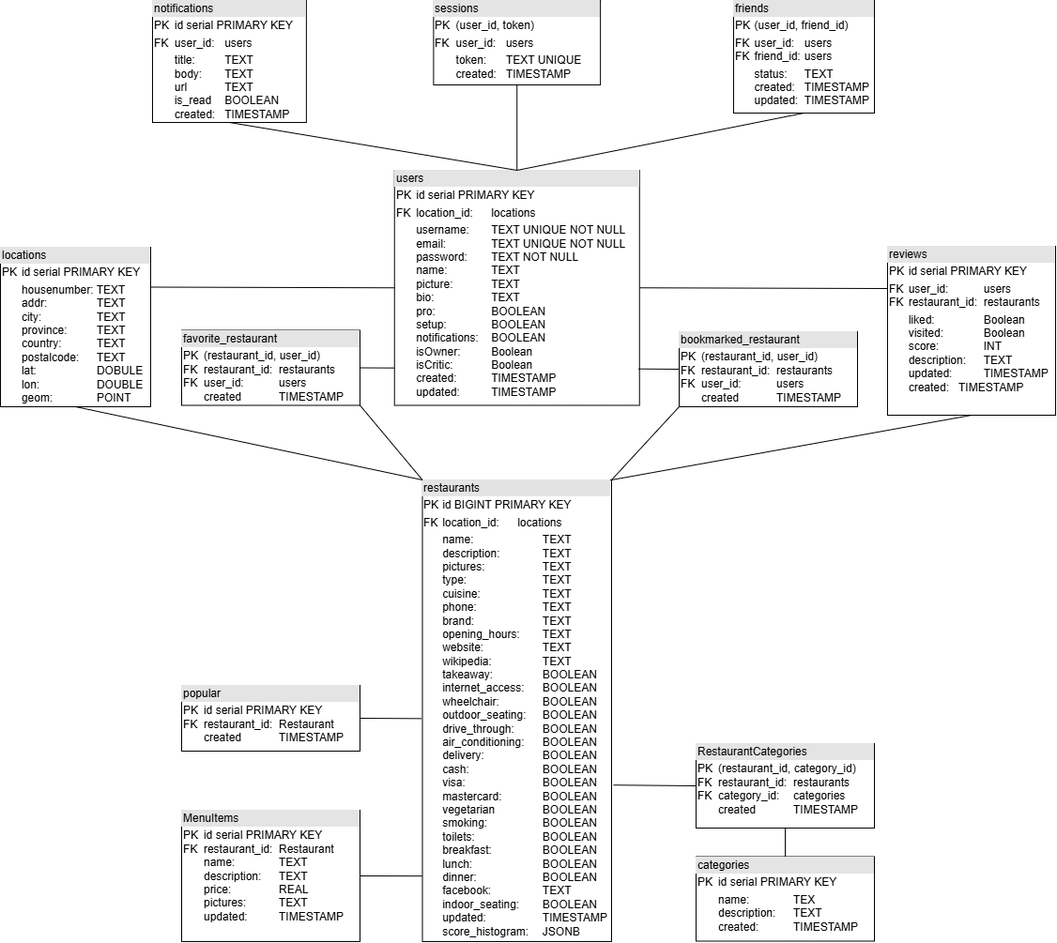
Above: backend/database/DATABASE-UML.png in Nicholas-Parise/Restaurant-Rating (draw.io), before the change. Source tidied: cells renumbered, new cells last; positions are measured from the earlier drawing's top-left corner, leaving out a move shared by most shapes.
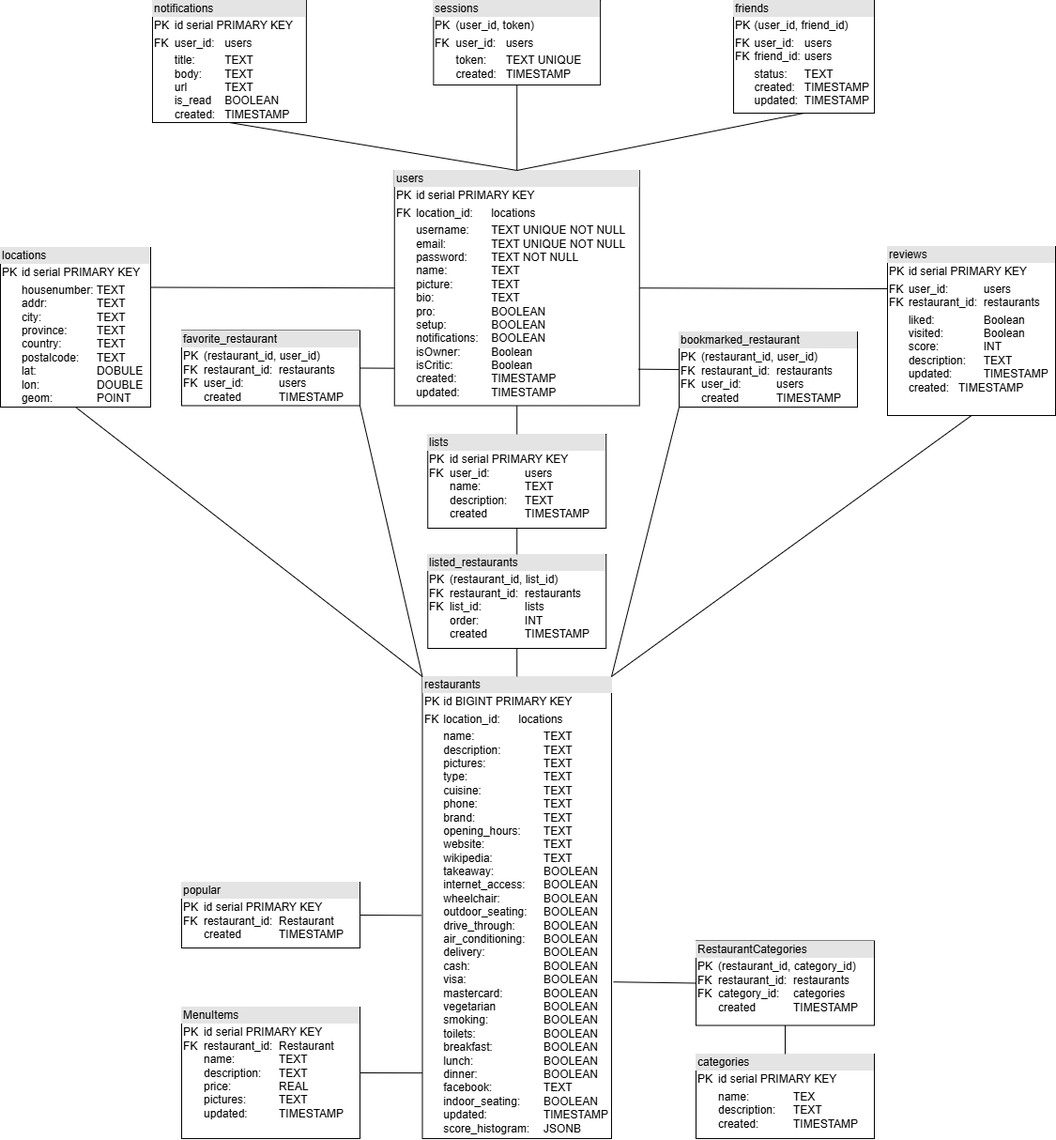
After the commit.

Commit message:
added route for lists

The edit, as a diff of the source:
```diff
@@ -6,7 +6,7 @@
       <mxGeometry x="419.8" y="181" width="261" height="250.5" as="geometry" />
     </mxCell>
     <mxCell id="3" value="&lt;div style=&quot;box-sizing: border-box; width: 100%; background: rgb(228, 228, 228); padding: 2px;&quot;&gt;restaurants&lt;/div&gt;&lt;table style=&quot;width:100%;font-size:1em;&quot; cellpadding=&quot;2&quot; cellspacing=&quot;0&quot;&gt;&lt;tbody&gt;&lt;tr&gt;&lt;td&gt;PK&lt;/td&gt;&lt;td&gt;id BIGINT PRIMARY KEY&lt;/td&gt;&lt;/tr&gt;&lt;tr&gt;&lt;td&gt;FK&lt;br&gt;&lt;/td&gt;&lt;td&gt;location_id:&lt;span style=&quot;white-space: pre;&quot;&gt;&#9;&lt;/span&gt;locations&lt;br&gt;&lt;/td&gt;&lt;/tr&gt;&lt;tr&gt;&lt;td&gt;&lt;br&gt;&lt;/td&gt;&lt;td&gt;name:&lt;span style=&quot;white-space: pre;&quot;&gt;&#9;&lt;span style=&quot;white-space: pre;&quot;&gt;&#9;&lt;span style=&quot;white-space: pre;&quot;&gt;&#9;&lt;/span&gt;&lt;/span&gt;&lt;/span&gt;TEXT&lt;br&gt;description:&lt;span style=&quot;white-space: pre;&quot;&gt;&#9;&lt;span style=&quot;white-space: pre;&quot;&gt;&#9;&lt;/span&gt;&lt;/span&gt;TEXT&lt;br&gt;pictures:&lt;span style=&quot;white-space: pre;&quot;&gt;&#9;&lt;/span&gt;&lt;span style=&quot;white-space: pre;&quot;&gt;&#9;&lt;span style=&quot;white-space: pre;&quot;&gt;&#9;&lt;/span&gt;&lt;/span&gt;TEXT&lt;br&gt;&lt;div&gt;&lt;span style=&quot;background-color: transparent;&quot;&gt;type:&lt;span style=&quot;white-space: pre;&quot;&gt;&#9;&lt;/span&gt;&lt;span style=&quot;white-space: pre;&quot;&gt;&#9;&lt;/span&gt;&lt;span style=&quot;white-space: pre;&quot;&gt;&#9;&lt;/span&gt;&lt;/span&gt;TEXT&lt;/div&gt;&lt;div&gt;&lt;span style=&quot;font-size: 1em; background-color: transparent; color: light-dark(rgb(0, 0, 0), rgb(255, 255, 255));&quot;&gt;cuisine:&amp;nbsp;&lt;/span&gt;&lt;span style=&quot;font-size: 1em; background-color: transparent; color: light-dark(rgb(0, 0, 0), rgb(255, 255, 255)); white-space: pre;&quot;&gt;&#9;&lt;/span&gt;&lt;span style=&quot;font-size: 1em; background-color: transparent; color: light-dark(rgb(0, 0, 0), rgb(255, 255, 255)); white-space: pre;&quot;&gt;&#9;&lt;span style=&quot;white-space: pre;&quot;&gt;&#9;&lt;/span&gt;&lt;/span&gt;&lt;span style=&quot;font-size: 1em; background-color: transparent; color: light-dark(rgb(0, 0, 0), rgb(255, 255, 255));&quot;&gt;TEXT&lt;/span&gt;&lt;/div&gt;&lt;div&gt;phone:&amp;nbsp;&lt;span style=&quot;white-space: pre;&quot;&gt;&#9;&lt;/span&gt;&lt;span style=&quot;white-space: pre;&quot;&gt;&#9;&lt;span style=&quot;white-space: pre;&quot;&gt;&#9;&lt;/span&gt;&lt;/span&gt;TEXT&lt;/div&gt;&lt;div&gt;brand:&amp;nbsp;&lt;span style=&quot;white-space: pre;&quot;&gt;&#9;&lt;/span&gt;&lt;span style=&quot;white-space: pre;&quot;&gt;&#9;&lt;span style=&quot;white-space: pre;&quot;&gt;&#9;&lt;/span&gt;&lt;/span&gt;TEXT&lt;/div&gt;&lt;div&gt;opening_hours:&amp;nbsp;&lt;span style=&quot;white-space: pre;&quot;&gt;&#9;&lt;/span&gt;TEXT&lt;/div&gt;&lt;div&gt;website:&amp;nbsp;&lt;span style=&quot;white-space: pre;&quot;&gt;&#9;&lt;/span&gt;&lt;span style=&quot;white-space: pre;&quot;&gt;&#9;&lt;span style=&quot;white-space: pre;&quot;&gt;&#9;&lt;/span&gt;&lt;/span&gt;TEXT&lt;/div&gt;&lt;div&gt;wikipedia:&amp;nbsp;&lt;span style=&quot;white-space: pre;&quot;&gt;&#9;&lt;span style=&quot;white-space: pre;&quot;&gt;&#9;&lt;/span&gt;&lt;/span&gt;TEXT&lt;/div&gt;&lt;div&gt;takeaway:&amp;nbsp;&lt;span style=&quot;white-space: pre;&quot;&gt;&#9;&lt;span style=&quot;white-space: pre;&quot;&gt;&#9;&lt;/span&gt;&lt;/span&gt;BOOLEAN&lt;/div&gt;&lt;div&gt;internet_access:&amp;nbsp;&lt;span style=&quot;white-space: pre;&quot;&gt;&#9;&lt;/span&gt;BOOLEAN&lt;/div&gt;&lt;div&gt;wheelchair:&amp;nbsp;&lt;span style=&quot;white-space: pre;&quot;&gt;&#9;&lt;span style=&quot;white-space: pre;&quot;&gt;&#9;&lt;/span&gt;&lt;/span&gt;BOOLEAN&lt;/div&gt;&lt;div&gt;outdoor_seating:&amp;nbsp;&lt;span style=&quot;white-space: pre;&quot;&gt;&#9;&lt;/span&gt;BOOLEAN&lt;/div&gt;&lt;div&gt;drive_through:&amp;nbsp;&lt;span style=&quot;white-space: pre;&quot;&gt;&#9;&lt;/span&gt;BOOLEAN&lt;/div&gt;&lt;div&gt;air_conditioning:&amp;nbsp;&lt;span style=&quot;white-space: pre;&quot;&gt;&#9;&lt;/span&gt;BOOLEAN&lt;/div&gt;&lt;div&gt;delivery:&amp;nbsp;&lt;span style=&quot;white-space: pre;&quot;&gt;&#9;&lt;/span&gt;&lt;span style=&quot;white-space: pre;&quot;&gt;&#9;&lt;span style=&quot;white-space: pre;&quot;&gt;&#9;&lt;/span&gt;&lt;/span&gt;BOOLEAN&lt;/div&gt;&lt;div&gt;cash:&amp;nbsp;&lt;span style=&quot;white-space: pre;&quot;&gt;&#9;&lt;/span&gt;&lt;span style=&quot;white-space: pre;&quot;&gt;&#9;&lt;span style=&quot;white-space: pre;&quot;&gt;&#9;&lt;/span&gt;&lt;/span&gt;BOOLEAN&lt;/div&gt;&lt;div&gt;visa:&amp;nbsp;&lt;span style=&quot;white-space: pre;&quot;&gt;&#9;&lt;/span&gt;&lt;span style=&quot;white-space: pre;&quot;&gt;&#9;&lt;/span&gt;&lt;span style=&quot;white-space: pre;&quot;&gt;&#9;&lt;/span&gt;BOOLEAN&lt;/div&gt;&lt;div&gt;mastercard:&amp;nbsp;&lt;span style=&quot;white-space: pre;&quot;&gt;&#9;&lt;span style=&quot;white-space: pre;&quot;&gt;&#9;&lt;/span&gt;&lt;/span&gt;BOOLEAN&lt;/div&gt;&lt;div&gt;vegetarian &lt;span style=&quot;white-space: pre;&quot;&gt;&#9;&lt;span style=&quot;white-space: pre;&quot;&gt;&#9;&lt;/span&gt;&lt;/span&gt;BOOLEAN&lt;/div&gt;&lt;div&gt;&lt;div&gt;smoking:&lt;span style=&quot;white-space: pre;&quot;&gt;&#9;&lt;span style=&quot;white-space: pre;&quot;&gt;&#9;&lt;/span&gt;&lt;span style=&quot;white-space: pre;&quot;&gt;&#9;&lt;/span&gt;&lt;/span&gt;BOOLEAN&lt;/div&gt;&lt;div&gt;toilets: &lt;span style=&quot;white-space: pre;&quot;&gt;&#9;&lt;/span&gt;&lt;span style=&quot;white-space: pre;&quot;&gt;&#9;&lt;/span&gt;&lt;span style=&quot;white-space: pre;&quot;&gt;&#9;&lt;/span&gt;BOOLEAN&lt;/div&gt;&lt;div&gt;breakfast: &lt;span style=&quot;white-space: pre;&quot;&gt;&#9;&lt;/span&gt;&lt;span style=&quot;white-space: pre;&quot;&gt;&#9;&lt;/span&gt;BOOLEAN&lt;/div&gt;&lt;div&gt;lunch: &lt;span style=&quot;white-space: pre;&quot;&gt;&#9;&lt;/span&gt;&lt;span style=&quot;white-space: pre;&quot;&gt;&#9;&lt;/span&gt;&lt;span style=&quot;white-space: pre;&quot;&gt;&#9;&lt;/span&gt;BOOLEAN&lt;/div&gt;&lt;div&gt;dinner:&lt;span style=&quot;white-space: pre;&quot;&gt;&#9;&lt;/span&gt;&lt;span style=&quot;white-space: pre;&quot;&gt;&#9;&lt;/span&gt;&lt;span style=&quot;white-space: pre;&quot;&gt;&#9;&lt;/span&gt;BOOLEAN&lt;/div&gt;&lt;div&gt;facebook: &lt;span style=&quot;white-space: pre;&quot;&gt;&#9;&lt;/span&gt;&lt;span style=&quot;white-space: pre;&quot;&gt;&#9;&lt;/span&gt;TEXT&lt;/div&gt;&lt;div&gt;indoor_seating:&amp;nbsp;&lt;span style=&quot;white-space: pre;&quot;&gt;&#9;&lt;/span&gt;BOOLEAN&lt;/div&gt;&lt;/div&gt;&lt;div&gt;updated:&lt;span style=&quot;white-space: pre;&quot;&gt;&#9;&lt;span style=&quot;white-space: pre;&quot;&gt;&#9;&lt;span style=&quot;white-space: pre;&quot;&gt;&#9;&lt;/span&gt;&lt;/span&gt;&lt;/span&gt;&lt;span style=&quot;font-size: 1em; background-color: transparent; color: light-dark(rgb(0, 0, 0), rgb(255, 255, 255));&quot;&gt;TIMESTAMP&lt;/span&gt;&lt;/div&gt;&lt;div&gt;&lt;span style=&quot;background-color: transparent;&quot;&gt;score_histogram: &lt;span style=&quot;white-space: pre;&quot;&gt;&#9;&lt;/span&gt;JSONB&lt;/span&gt;&lt;/div&gt;&lt;div&gt;&lt;br style=&quot;text-align: center;&quot;&gt;&lt;/div&gt;&lt;/td&gt;&lt;/tr&gt;&lt;/tbody&gt;&lt;/table&gt;" style="verticalAlign=top;align=left;overflow=fill;html=1;whiteSpace=wrap;" parent="1" vertex="1">
-      <mxGeometry x="449.5" y="511" width="201.5" height="492" as="geometry" />
+      <mxGeometry x="449.5" y="720" width="201.5" height="492" as="geometry" />
     </mxCell>
     <mxCell id="4" value="&lt;div style=&quot;box-sizing: border-box; width: 100%; background: rgb(228, 228, 228); padding: 2px;&quot;&gt;locations&lt;/div&gt;&lt;table style=&quot;width:100%;font-size:1em;&quot; cellpadding=&quot;2&quot; cellspacing=&quot;0&quot;&gt;&lt;tbody&gt;&lt;tr&gt;&lt;td&gt;PK&lt;/td&gt;&lt;td&gt;id serial PRIMARY KEY&lt;br&gt;&lt;/td&gt;&lt;/tr&gt;&lt;tr&gt;&lt;td&gt;&lt;br&gt;&lt;/td&gt;&lt;td&gt;housenumber: TEXT&lt;br&gt;addr: &lt;span style=&quot;white-space: pre;&quot;&gt;&#9;&lt;span style=&quot;white-space: pre;&quot;&gt;&#9;&lt;/span&gt;&lt;/span&gt;TEXT&lt;br&gt;city: &lt;span style=&quot;white-space: pre;&quot;&gt;&#9;&lt;span style=&quot;white-space: pre;&quot;&gt;&#9;&lt;/span&gt;&lt;span style=&quot;white-space: pre;&quot;&gt;&#9;&lt;/span&gt;&lt;/span&gt;TEXT&lt;br&gt;province: &lt;span style=&quot;white-space: pre;&quot;&gt;&#9;&lt;/span&gt;TEXT&lt;br&gt;country: &lt;span style=&quot;white-space: pre;&quot;&gt;&#9;&lt;span style=&quot;white-space: pre;&quot;&gt;&#9;&lt;/span&gt;&lt;/span&gt;TEXT&lt;br&gt;postalcode: &lt;span style=&quot;white-space: pre;&quot;&gt;&#9;&lt;/span&gt;TEXT&lt;br&gt;lat: &lt;span style=&quot;white-space: pre;&quot;&gt;&#9;&lt;/span&gt;&lt;span style=&quot;white-space: pre;&quot;&gt;&#9;&lt;span style=&quot;white-space: pre;&quot;&gt;&#9;&lt;/span&gt;&lt;/span&gt;DOBULE&lt;br&gt;lon: &lt;span style=&quot;white-space: pre;&quot;&gt;&#9;&lt;span style=&quot;white-space: pre;&quot;&gt;&#9;&lt;span style=&quot;white-space: pre;&quot;&gt;&#9;&lt;/span&gt;&lt;/span&gt;&lt;/span&gt;DOUBLE&lt;br&gt;geom:&lt;span style=&quot;white-space: pre;&quot;&gt;&#9;&lt;/span&gt;&lt;span style=&quot;white-space: pre;&quot;&gt;&#9;&lt;/span&gt;POINT&lt;/td&gt;&lt;/tr&gt;&lt;tr&gt;&lt;td&gt;&lt;/td&gt;&lt;td&gt;&lt;br&gt;&lt;/td&gt;&lt;/tr&gt;&lt;/tbody&gt;&lt;/table&gt;" style="verticalAlign=top;align=left;overflow=fill;html=1;whiteSpace=wrap;" parent="1" vertex="1">
       <mxGeometry y="263" width="160" height="170" as="geometry" />
@@ -27,10 +27,10 @@
       <mxGeometry relative="1" as="geometry" />
     </mxCell>
     <mxCell id="10" value="&lt;div style=&quot;box-sizing: border-box; width: 100%; background: rgb(228, 228, 228); padding: 2px;&quot;&gt;categories&lt;/div&gt;&lt;table style=&quot;width:100%;font-size:1em;&quot; cellpadding=&quot;2&quot; cellspacing=&quot;0&quot;&gt;&lt;tbody&gt;&lt;tr&gt;&lt;td&gt;PK&lt;br&gt;&lt;/td&gt;&lt;td&gt;id serial PRIMARY KEY&lt;br&gt;&lt;/td&gt;&lt;/tr&gt;&lt;tr&gt;&lt;td&gt;&lt;br&gt;&lt;/td&gt;&lt;td&gt;name:&lt;span style=&quot;white-space: pre;&quot;&gt;&#9;&lt;span style=&quot;white-space: pre;&quot;&gt;&#9;&lt;/span&gt;&lt;/span&gt;TEX&lt;br&gt;description:&lt;span style=&quot;white-space: pre;&quot;&gt;&#9;&lt;/span&gt;TEXT&lt;br&gt;created:&lt;span style=&quot;white-space: pre;&quot;&gt;&#9;&lt;/span&gt;&lt;span style=&quot;white-space: pre;&quot;&gt;&#9;&lt;/span&gt;TIMESTAMP&lt;/td&gt;&lt;/tr&gt;&lt;tr&gt;&lt;td&gt;&lt;/td&gt;&lt;td&gt;&lt;br&gt;&lt;/td&gt;&lt;/tr&gt;&lt;/tbody&gt;&lt;/table&gt;" style="verticalAlign=top;align=left;overflow=fill;html=1;whiteSpace=wrap;" parent="1" vertex="1">
-      <mxGeometry x="741" y="912.5" width="190" height="90" as="geometry" />
+      <mxGeometry x="741" y="1122" width="190" height="90" as="geometry" />
     </mxCell>
     <mxCell id="11" value="&lt;div style=&quot;box-sizing: border-box; width: 100%; background: rgb(228, 228, 228); padding: 2px;&quot;&gt;RestaurantCategories&lt;/div&gt;&lt;table style=&quot;width:100%;font-size:1em;&quot; cellpadding=&quot;2&quot; cellspacing=&quot;0&quot;&gt;&lt;tbody&gt;&lt;tr&gt;&lt;td&gt;PK&lt;br&gt;FK&lt;br&gt;FK&lt;br&gt;&lt;br&gt;&lt;/td&gt;&lt;td&gt;(restaurant_id, category_id)&lt;br&gt;restaurant_id:&amp;nbsp; restaurants&lt;br&gt;category_id: &lt;span style=&quot;white-space: pre;&quot;&gt;&#9;&lt;/span&gt;categories&lt;br&gt;created &lt;span style=&quot;white-space: pre;&quot;&gt;&#9;&lt;/span&gt;&lt;span style=&quot;white-space: pre;&quot;&gt;&#9;&lt;/span&gt;TIMESTAMP&lt;br&gt;&lt;/td&gt;&lt;/tr&gt;&lt;tr&gt;&lt;td&gt;&lt;br&gt;&lt;/td&gt;&lt;td&gt;&lt;br&gt;&lt;/td&gt;&lt;/tr&gt;&lt;/tbody&gt;&lt;/table&gt;" style="verticalAlign=top;align=left;overflow=fill;html=1;whiteSpace=wrap;" parent="1" vertex="1">
-      <mxGeometry x="741" y="792" width="190" height="90" as="geometry" />
+      <mxGeometry x="741" y="1001.5" width="190" height="90" as="geometry" />
     </mxCell>
     <mxCell id="12" style="endArrow=none;html=1;rounded=0;entryX=0;entryY=0.5;entryDx=0;entryDy=0;exitX=1.01;exitY=0.661;exitDx=0;exitDy=0;exitPerimeter=0;" parent="1" edge="1" source="3" target="11">
       <mxGeometry relative="1" as="geometry" />
@@ -39,7 +39,7 @@
       <mxGeometry relative="1" as="geometry" />
     </mxCell>
     <mxCell id="14" value="&lt;div style=&quot;box-sizing: border-box; width: 100%; background: rgb(228, 228, 228); padding: 2px;&quot;&gt;MenuItems&lt;/div&gt;&lt;table style=&quot;width:100%;font-size:1em;&quot; cellpadding=&quot;2&quot; cellspacing=&quot;0&quot;&gt;&lt;tbody&gt;&lt;tr&gt;&lt;td&gt;PK&lt;br&gt;FK&lt;br&gt;&lt;br&gt;&lt;br&gt;&lt;br&gt;&lt;br&gt;&lt;br&gt;&lt;/td&gt;&lt;td&gt;id serial PRIMARY KEY&lt;br&gt;restaurant_id:&lt;span style=&quot;white-space: pre;&quot;&gt;&#9;&lt;/span&gt;Restaurant&lt;br&gt;name:&lt;span style=&quot;white-space: pre;&quot;&gt;&#9;&lt;/span&gt;&lt;span style=&quot;white-space: pre;&quot;&gt;&#9;&lt;/span&gt;TEXT&lt;br&gt;description:&lt;span style=&quot;white-space: pre;&quot;&gt;&#9;&lt;/span&gt;TEXT&lt;br&gt;price:&lt;span style=&quot;white-space: pre;&quot;&gt;&#9;&lt;/span&gt;&lt;span style=&quot;white-space: pre;&quot;&gt;&#9;&lt;/span&gt;REAL&lt;br&gt;pictures:&lt;span style=&quot;white-space: pre;&quot;&gt;&#9;&lt;/span&gt;&lt;span style=&quot;white-space: pre;&quot;&gt;&#9;&lt;/span&gt;TEXT&lt;br&gt;updated:&lt;span style=&quot;white-space: pre;&quot;&gt;&#9;&lt;/span&gt;&lt;span style=&quot;white-space: pre;&quot;&gt;&#9;&lt;/span&gt;TIMESTAMP&lt;br&gt;&lt;/td&gt;&lt;/tr&gt;&lt;tr&gt;&lt;td&gt;&lt;/td&gt;&lt;td&gt;&lt;br&gt;&lt;/td&gt;&lt;/tr&gt;&lt;/tbody&gt;&lt;/table&gt;" style="verticalAlign=top;align=left;overflow=fill;html=1;whiteSpace=wrap;" parent="1" vertex="1">
-      <mxGeometry x="193" y="863" width="190" height="140" as="geometry" />
+      <mxGeometry x="193" y="1072" width="190" height="140" as="geometry" />
     </mxCell>
     <mxCell id="15" style="endArrow=none;html=1;rounded=0;exitX=1;exitY=0.5;exitDx=0;exitDy=0;entryX=0;entryY=0.858;entryDx=0;entryDy=0;entryPerimeter=0;" parent="1" edge="1" source="14" target="3">
       <mxGeometry relative="1" as="geometry" />
@@ -51,7 +51,7 @@
       <mxGeometry relative="1" as="geometry" />
     </mxCell>
     <mxCell id="18" value="&lt;div style=&quot;box-sizing: border-box; width: 100%; background: rgb(228, 228, 228); padding: 2px;&quot;&gt;popular&lt;/div&gt;&lt;table style=&quot;width:100%;font-size:1em;&quot; cellpadding=&quot;2&quot; cellspacing=&quot;0&quot;&gt;&lt;tbody&gt;&lt;tr&gt;&lt;td&gt;PK&lt;br&gt;FK&lt;br&gt;&lt;br&gt;&lt;/td&gt;&lt;td&gt;id serial PRIMARY KEY&lt;br&gt;restaurant_id:&lt;span style=&quot;white-space: pre;&quot;&gt;&#9;&lt;/span&gt;Restaurant&lt;br&gt;created &lt;span style=&quot;white-space: pre;&quot;&gt;&#9;&lt;span style=&quot;white-space: pre;&quot;&gt;&#9;&lt;/span&gt;&lt;/span&gt;TIMESTAMP&lt;/td&gt;&lt;/tr&gt;&lt;tr&gt;&lt;td&gt;&lt;/td&gt;&lt;td&gt;&lt;br&gt;&lt;/td&gt;&lt;/tr&gt;&lt;/tbody&gt;&lt;/table&gt;" style="verticalAlign=top;align=left;overflow=fill;html=1;whiteSpace=wrap;" parent="1" vertex="1">
-      <mxGeometry x="193" y="730" width="190" height="70" as="geometry" />
+      <mxGeometry x="193" y="939" width="190" height="70" as="geometry" />
     </mxCell>
     <mxCell id="19" style="endArrow=none;html=1;rounded=0;exitX=1;exitY=0.5;exitDx=0;exitDy=0;entryX=-0.005;entryY=0.517;entryDx=0;entryDy=0;entryPerimeter=0;" parent="1" edge="1" source="18" target="3">
       <mxGeometry relative="1" as="geometry" />
@@ -86,5 +86,20 @@
     <mxCell id="29" style="endArrow=none;html=1;rounded=0;entryX=0;entryY=0.5;entryDx=0;entryDy=0;exitX=0.996;exitY=0.845;exitDx=0;exitDy=0;exitPerimeter=0;" parent="1" edge="1" source="2" target="25">
       <mxGeometry relative="1" as="geometry" />
     </mxCell>
+    <mxCell id="30" value="&lt;div style=&quot;box-sizing: border-box; width: 100%; background: rgb(228, 228, 228); padding: 2px;&quot;&gt;listed_restaurants&lt;/div&gt;&lt;table style=&quot;width:100%;font-size:1em;&quot; cellpadding=&quot;2&quot; cellspacing=&quot;0&quot;&gt;&lt;tbody&gt;&lt;tr&gt;&lt;td&gt;PK&lt;br&gt;FK&lt;br&gt;FK&lt;br&gt;&lt;br&gt;&lt;br&gt;&lt;/td&gt;&lt;td&gt;(restaurant_id, list_id)&lt;br&gt;restaurant_id:&amp;nbsp; restaurants&lt;br&gt;list_id: &lt;span style=&quot;white-space: pre;&quot;&gt;&#9;&lt;span style=&quot;white-space: pre;&quot;&gt;&#9;&lt;/span&gt;&lt;/span&gt;lists&lt;br&gt;order:&lt;span style=&quot;white-space: pre;&quot;&gt;&#9;&lt;/span&gt;&lt;span style=&quot;white-space: pre;&quot;&gt;&#9;&lt;/span&gt;INT&lt;br&gt;created &lt;span style=&quot;white-space: pre;&quot;&gt;&#9;&lt;/span&gt;&lt;span style=&quot;white-space: pre;&quot;&gt;&#9;&lt;/span&gt;TIMESTAMP&lt;br&gt;&lt;/td&gt;&lt;/tr&gt;&lt;tr&gt;&lt;td&gt;&lt;br&gt;&lt;/td&gt;&lt;td&gt;&lt;br&gt;&lt;/td&gt;&lt;/tr&gt;&lt;/tbody&gt;&lt;/table&gt;" style="verticalAlign=top;align=left;overflow=fill;html=1;whiteSpace=wrap;" parent="1" vertex="1">
+      <mxGeometry x="455.2" y="590" width="190" height="100" as="geometry" />
+    </mxCell>
+    <mxCell id="31" style="endArrow=none;html=1;rounded=0;entryX=0.5;entryY=1;entryDx=0;entryDy=0;exitX=0.5;exitY=0;exitDx=0;exitDy=0;" parent="1" edge="1" source="30" target="33">
+      <mxGeometry relative="1" as="geometry" />
+    </mxCell>
+    <mxCell id="32" style="endArrow=none;html=1;rounded=0;entryX=0.5;entryY=1;entryDx=0;entryDy=0;exitX=0.5;exitY=0;exitDx=0;exitDy=0;" parent="1" edge="1" source="3" target="30">
+      <mxGeometry relative="1" as="geometry" />
+    </mxCell>
+    <mxCell id="33" value="&lt;div style=&quot;box-sizing: border-box; width: 100%; background: rgb(228, 228, 228); padding: 2px;&quot;&gt;lists&lt;/div&gt;&lt;table style=&quot;width:100%;font-size:1em;&quot; cellpadding=&quot;2&quot; cellspacing=&quot;0&quot;&gt;&lt;tbody&gt;&lt;tr&gt;&lt;td&gt;PK&lt;br&gt;FK&lt;br&gt;&lt;br&gt;&lt;br&gt;&lt;br&gt;&lt;/td&gt;&lt;td&gt;id serial PRIMARY KEY&lt;br&gt;user_id:&amp;nbsp; &lt;span style=&quot;white-space: pre;&quot;&gt;&#9;&lt;span style=&quot;white-space: pre;&quot;&gt;&#9;&lt;/span&gt;&lt;/span&gt;users&lt;br&gt;name:&lt;span style=&quot;white-space: pre;&quot;&gt;&#9;&lt;span style=&quot;white-space: pre;&quot;&gt;&#9;&lt;/span&gt;&lt;/span&gt;TEXT&lt;br&gt;description:&lt;span style=&quot;white-space: pre;&quot;&gt;&#9;&lt;/span&gt;TEXT&lt;br&gt;created &lt;span style=&quot;white-space: pre;&quot;&gt;&#9;&lt;span style=&quot;white-space: pre;&quot;&gt;&#9;&lt;/span&gt;&lt;/span&gt;TIMESTAMP&lt;br&gt;&lt;/td&gt;&lt;/tr&gt;&lt;tr&gt;&lt;td&gt;&lt;br&gt;&lt;/td&gt;&lt;td&gt;&lt;br&gt;&lt;/td&gt;&lt;/tr&gt;&lt;/tbody&gt;&lt;/table&gt;" style="verticalAlign=top;align=left;overflow=fill;html=1;whiteSpace=wrap;" parent="1" vertex="1">
+      <mxGeometry x="455.2" y="462" width="190" height="100" as="geometry" />
+    </mxCell>
+    <mxCell id="34" style="endArrow=none;html=1;rounded=0;entryX=0.5;entryY=1;entryDx=0;entryDy=0;exitX=0.5;exitY=0;exitDx=0;exitDy=0;" parent="1" edge="1" source="33" target="2">
+      <mxGeometry relative="1" as="geometry" />
+    </mxCell>
   </root>
 </mxGraphModel>
```
